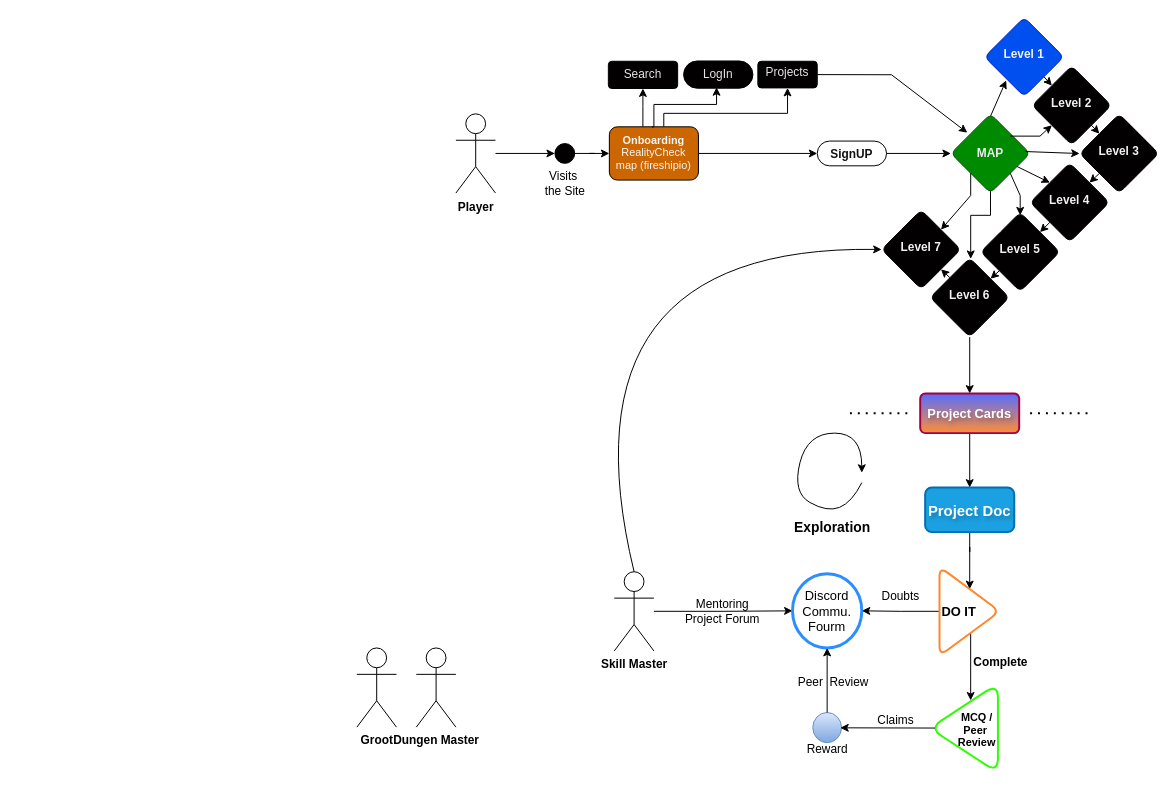
This is taksh/Taksh UML.drawio from MaxxCode8/drawio-dump, a draw.io file, before an edit. Source tidied: cells renumbered, new cells numbered last; positions are measured from the earlier drawing's top-left corner, leaving out a move shared by most shapes. Both pictures are drawn from the tidied source at 99%, with x=0, y=0 at pixel (356, 17).
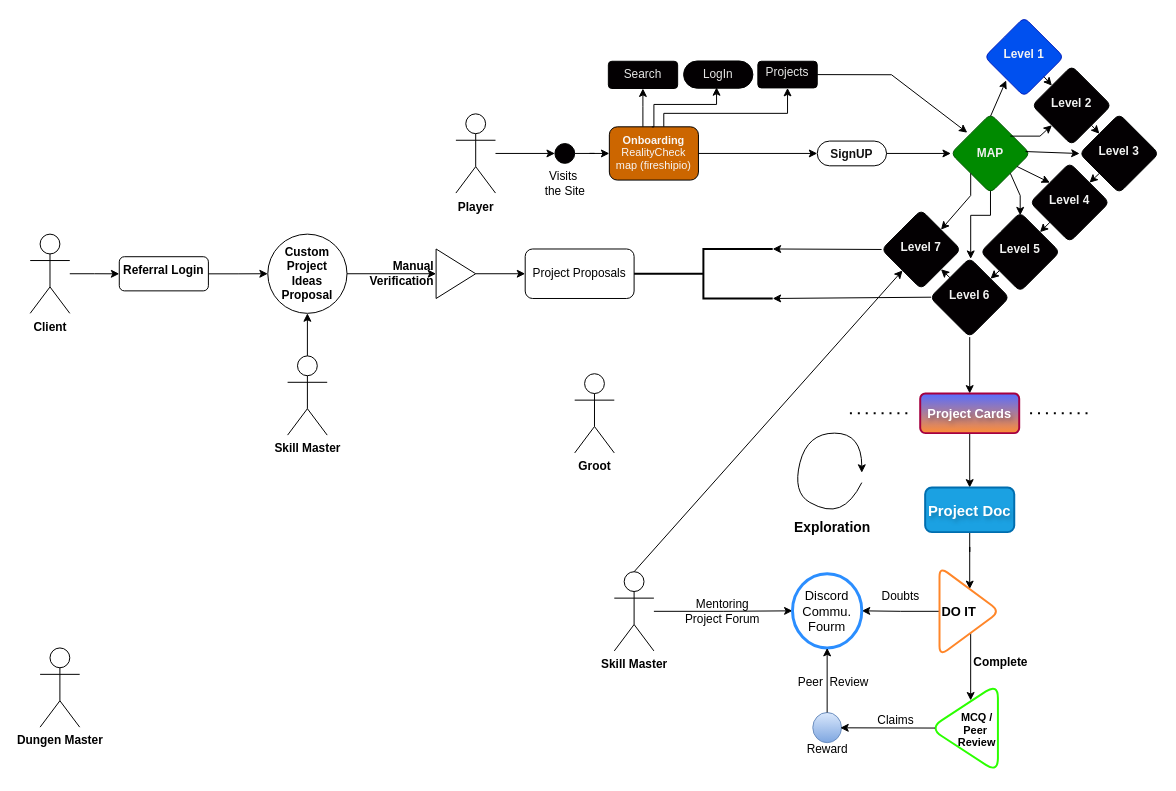
The same diagram, later.

The change refers to these unchanged cells:
```xml
<mxCell id="5" value="&lt;b&gt;Skill Master&lt;/b&gt;" style="shape=umlActor;verticalLabelPosition=bottom;verticalAlign=top;html=1;outlineConnect=0;" parent="1" vertex="1">
  <mxGeometry x="260" y="560" width="40" height="80" as="geometry" />
</mxCell>
<mxCell id="30" value="&lt;p style=&quot;line-height: 320%;&quot;&gt;&lt;font color=&quot;#f2f2f2&quot;&gt;&lt;b&gt;Level 7&lt;br&gt;&lt;/b&gt;&lt;/font&gt;&lt;/p&gt;" style="rhombus;whiteSpace=wrap;html=1;verticalAlign=top;fillColor=#030002;rounded=1;gradientColor=none;arcSize=13;" parent="1" vertex="1">
  <mxGeometry x="530" y="194.5" width="80" height="80" as="geometry" />
</mxCell>
```

The edit, as a diff of the source:
```diff
@@
     <mxCell id="6" value="&lt;b&gt;Groot&lt;/b&gt;" style="shape=umlActor;verticalLabelPosition=bottom;verticalAlign=top;html=1;" parent="1" vertex="1">
-      <mxGeometry y="637" width="40" height="80" as="geometry" />
+      <mxGeometry x="220" y="360" width="40" height="80" as="geometry" />
     </mxCell>
     <mxCell id="7" value="&lt;b&gt;Dungen Master&lt;/b&gt;" style="shape=umlActor;verticalLabelPosition=bottom;verticalAlign=top;html=1;" parent="1" vertex="1">
-      <mxGeometry x="60" y="637" width="40" height="80" as="geometry" />
+      <mxGeometry x="-320" y="637" width="40" height="80" as="geometry" />
     </mxCell>
@@
-    <mxCell id="63" style="curved=1;endArrow=classic;html=1;rounded=0;entryX=0;entryY=0.5;entryDx=0;entryDy=0;exitX=0.5;exitY=0;exitDx=0;exitDy=0;exitPerimeter=0;" parent="1" edge="1" source="5" target="30">
-      <mxGeometry relative="1" as="geometry">
-        <Array as="points">
-          <mxPoint x="200" y="230" />
-        </Array>
-      </mxGeometry>
-    </mxCell>
@@
+    <mxCell id="68" style="edgeStyle=orthogonalEdgeStyle;rounded=0;jettySize=auto;html=1;" parent="1" edge="1" source="69" target="71">
+      <mxGeometry relative="1" as="geometry" />
+    </mxCell>
+    <mxCell id="69" value="&lt;b&gt;Client&lt;/b&gt;" style="shape=umlActor;verticalLabelPosition=bottom;verticalAlign=top;html=1;outlineConnect=0;" parent="1" vertex="1">
+      <mxGeometry x="-330" y="219" width="40" height="80" as="geometry" />
+    </mxCell>
+    <mxCell id="70" style="edgeStyle=orthogonalEdgeStyle;rounded=0;jettySize=auto;html=1;" parent="1" edge="1" source="71">
+      <mxGeometry relative="1" as="geometry">
+        <mxPoint x="-90" y="259" as="targetPoint" />
+      </mxGeometry>
+    </mxCell>
+    <mxCell id="71" value="&lt;b&gt;Referral Login&lt;br&gt;&lt;/b&gt;" style="rounded=1;whiteSpace=wrap;html=1;verticalAlign=top;" parent="1" vertex="1">
+      <mxGeometry x="-240" y="241.8" width="90" height="34.5" as="geometry" />
+    </mxCell>
+    <mxCell id="72" style="edgeStyle=orthogonalEdgeStyle;rounded=0;jettySize=auto;html=1;" parent="1" edge="1" source="73" target="75">
+      <mxGeometry relative="1" as="geometry" />
+    </mxCell>
+    <mxCell id="73" value="&lt;b&gt;Skill Master&lt;/b&gt;" style="shape=umlActor;verticalLabelPosition=bottom;verticalAlign=top;html=1;outlineConnect=0;" parent="1" vertex="1">
+      <mxGeometry x="-70" y="342" width="40" height="80" as="geometry" />
+    </mxCell>
+    <mxCell id="74" style="edgeStyle=orthogonalEdgeStyle;rounded=0;jettySize=auto;html=1;" parent="1" edge="1" source="75" target="77">
+      <mxGeometry relative="1" as="geometry" />
+    </mxCell>
+    <mxCell id="75" value="&lt;div&gt;&lt;b&gt;Custom Project &lt;br&gt;&lt;/b&gt;&lt;/div&gt;&lt;div&gt;&lt;b&gt;Ideas&lt;br&gt;&lt;/b&gt;&lt;/div&gt;&lt;div&gt;&lt;b&gt;Proposal&lt;br&gt;&lt;/b&gt;&lt;/div&gt;" style="ellipse;whiteSpace=wrap;html=1;" parent="1" vertex="1">
+      <mxGeometry x="-90" y="219" width="80" height="80" as="geometry" />
+    </mxCell>
+    <mxCell id="76" style="edgeStyle=orthogonalEdgeStyle;rounded=0;jettySize=auto;html=1;" parent="1" edge="1" source="77" target="78">
+      <mxGeometry relative="1" as="geometry" />
+    </mxCell>
+    <mxCell id="77" value="&lt;b&gt;Manual Verification&lt;/b&gt;" style="triangle;whiteSpace=wrap;html=1;labelPosition=left;verticalLabelPosition=middle;align=right;verticalAlign=middle;" parent="1" vertex="1">
+      <mxGeometry x="80" y="234" width="40" height="50" as="geometry" />
+    </mxCell>
+    <mxCell id="78" value="Project Proposals" style="rounded=1;whiteSpace=wrap;html=1;" parent="1" vertex="1">
+      <mxGeometry x="170" y="234" width="110" height="50" as="geometry" />
+    </mxCell>
+    <mxCell id="79" style="endArrow=classic;html=1;rounded=0;exitX=0;exitY=0.5;exitDx=0;exitDy=0;entryX=1;entryY=0;entryDx=0;entryDy=0;entryPerimeter=0;" parent="1" edge="1" source="30" target="81">
+      <mxGeometry relative="1" as="geometry" />
+    </mxCell>
+    <mxCell id="80" style="endArrow=classic;html=1;rounded=0;exitX=0;exitY=0.5;exitDx=0;exitDy=0;entryX=1;entryY=1;entryDx=0;entryDy=0;entryPerimeter=0;" parent="1" edge="1" target="81">
+      <mxGeometry relative="1" as="geometry">
+        <mxPoint x="580" y="282.7" as="sourcePoint" />
+      </mxGeometry>
+    </mxCell>
+    <mxCell id="81" style="strokeWidth=2;html=1;shape=mxgraph.flowchart.annotation_2;align=left;labelPosition=right;" parent="1" vertex="1">
+      <mxGeometry x="280" y="234" width="140" height="50" as="geometry" />
+    </mxCell>
+    <mxCell id="63" style="endArrow=classic;html=1;rounded=0;exitX=0.5;exitY=0;exitDx=0;exitDy=0;exitPerimeter=0;" parent="1" edge="1" source="5" target="30">
+      <mxGeometry relative="1" as="geometry" />
+    </mxCell>
```
